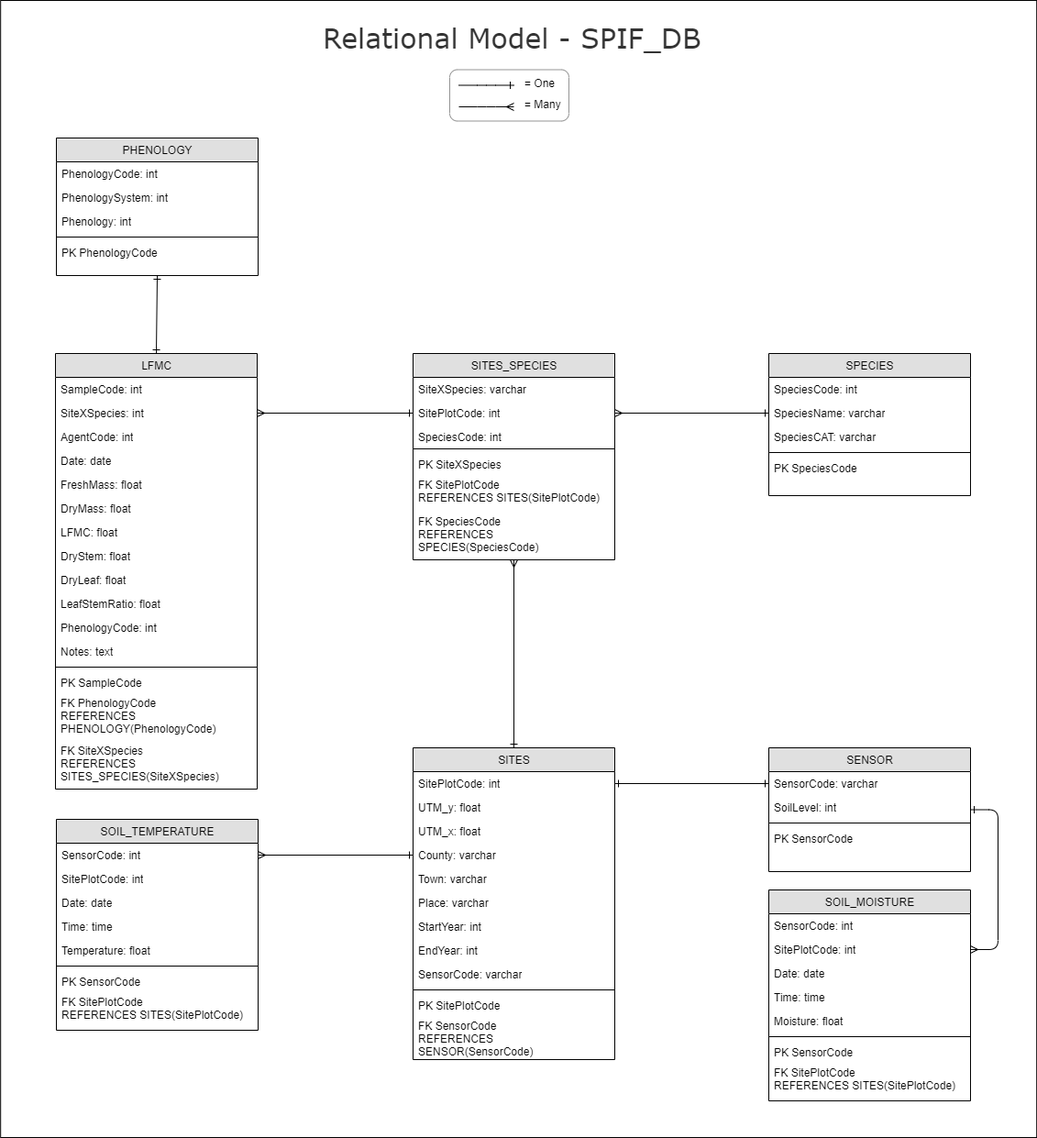
spif-ctfc/LFMC keeps this draw.io diagram as vignettes/SPIF_LogicalSchema.png. Above is the earlier version. Source tidied: cells renumbered, new cells last; positions are measured from the earlier drawing's top-left corner, leaving out a move shared by most shapes.
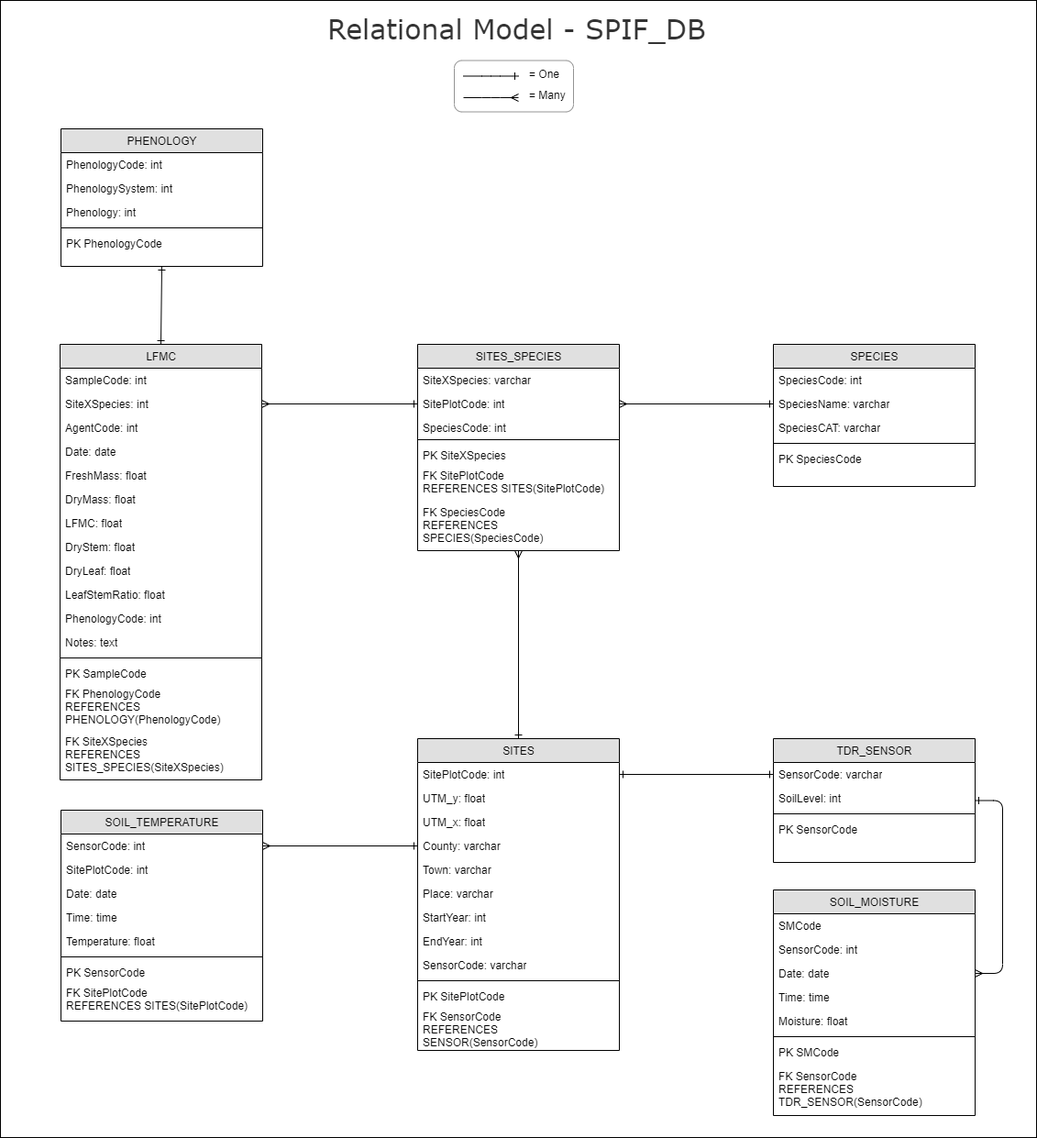
Later version of the same file.

Diff of the diagram source:
```diff
@@ -45,14 +45,14 @@
       <mxGeometry y="290" width="220" height="50" as="geometry" />
     </mxCell>
     <mxCell id="16" value="SOIL_MOISTURE" style="swimlane;html=1;fontStyle=0;horizontal=1;startSize=26;fillColor=#e0e0e0;swimlaneFillColor=#ffffff;align=center;" parent="1" vertex="1">
-      <mxGeometry x="838" y="970" width="220" height="230" as="geometry" />
+      <mxGeometry x="838" y="980" width="220" height="246" as="geometry" />
     </mxCell>
+    <mxCell id="89" value="SMCode" style="text;html=1;strokeColor=none;fillColor=none;align=left;verticalAlign=top;spacingLeft=4;spacingRight=4;whiteSpace=wrap;overflow=hidden;" parent="16" vertex="1">
+      <mxGeometry y="26" width="220" height="26" as="geometry" />
+    </mxCell>
     <mxCell id="17" value="SensorCode: int" style="text;html=1;strokeColor=none;fillColor=none;align=left;verticalAlign=top;spacingLeft=4;spacingRight=4;whiteSpace=wrap;overflow=hidden;" parent="16" vertex="1">
-      <mxGeometry y="26" width="220" height="26" as="geometry" />
+      <mxGeometry y="52" width="220" height="26" as="geometry" />
     </mxCell>
-    <mxCell id="18" value="SitePlotCode: int" style="text;html=1;strokeColor=none;fillColor=none;align=left;verticalAlign=top;spacingLeft=4;spacingRight=4;whiteSpace=wrap;overflow=hidden;points=[[0,0.5],[1,0.5]];portConstraint=eastwest;" parent="16" vertex="1">
-      <mxGeometry y="52" width="220" height="26" as="geometry" />
-    </mxCell>
     <mxCell id="19" value="Date: date" style="text;html=1;strokeColor=none;fillColor=none;align=left;verticalAlign=top;spacingLeft=4;spacingRight=4;whiteSpace=wrap;overflow=hidden;points=[[0,0.5],[1,0.5]];portConstraint=eastwest;" parent="16" vertex="1">
       <mxGeometry y="78" width="220" height="26" as="geometry" />
     </mxCell>
@@ -65,12 +65,12 @@
     <mxCell id="22" style="line;html=1;strokeWidth=1;fillColor=none;align=left;verticalAlign=middle;spacingTop=-1;spacingLeft=3;spacingRight=3;labelPosition=right;" parent="16" vertex="1">
       <mxGeometry y="156" width="220" height="8" as="geometry" />
     </mxCell>
-    <mxCell id="23" value="PK SensorCode" style="text;html=1;strokeColor=none;fillColor=none;spacingLeft=4;spacingRight=4;whiteSpace=wrap;overflow=hidden;" parent="16" vertex="1">
-      <mxGeometry y="164" width="220" height="22" as="geometry" />
+    <mxCell id="23" value="PK SMCode&amp;nbsp;" style="text;html=1;strokeColor=none;fillColor=none;spacingLeft=4;spacingRight=4;whiteSpace=wrap;overflow=hidden;" parent="16" vertex="1">
+      <mxGeometry y="164" width="220" height="26" as="geometry" />
     </mxCell>
-    <mxCell id="24" value="FK SitePlotCode&lt;br&gt;REFERENCES SITES(SitePlotCode)" style="text;html=1;strokeColor=none;fillColor=none;spacingLeft=4;spacingRight=4;whiteSpace=wrap;overflow=hidden;" parent="16" vertex="1">
-      <mxGeometry y="186" width="220" height="44" as="geometry" />
-    </mxCell>
+    <mxCell id="90" value="FK SensorCode&lt;br&gt;REFERENCES TDR_SENSOR(SensorCode)" style="text;html=1;strokeColor=none;fillColor=none;spacingLeft=4;spacingRight=4;whiteSpace=wrap;overflow=hidden;" parent="16" vertex="1">
+      <mxGeometry y="190" width="220" height="56" as="geometry" />
+    </mxCell>
     <mxCell id="25" style="html=1;endArrow=ERmany;startArrow=ERone;startFill=0;endFill=0;exitX=0;exitY=0.5;exitDx=0;exitDy=0;entryX=1;entryY=0.5;entryDx=0;entryDy=0;" parent="1" edge="1" source="7" target="27">
       <mxGeometry relative="1" as="geometry" />
     </mxCell>
@@ -225,7 +225,7 @@
       <mxGeometry x="490" y="75.5" width="130" height="56" as="geometry" />
     </mxCell>
     <mxCell id="74" style="rounded=0;whiteSpace=wrap;html=1;fillColor=none;" parent="1" vertex="1">
-      <mxGeometry x="0.2" width="1130" height="1240" as="geometry" />
+      <mxGeometry x="-5" y="10" width="1130" height="1240" as="geometry" />
     </mxCell>
     <mxCell id="75" style="html=1;endArrow=ERone;startArrow=ERone;startFill=0;endFill=0;entryX=0.5;entryY=0;entryDx=0;entryDy=0;exitX=0.5;exitY=1;exitDx=0;exitDy=0;" parent="1" edge="1" source="83" target="52">
       <mxGeometry relative="1" as="geometry" />
@@ -233,7 +233,7 @@
     <mxCell id="76" style="html=1;endArrow=ERone;startArrow=ERone;startFill=0;endFill=0;exitX=1;exitY=0.5;exitDx=0;exitDy=0;entryX=0;entryY=0.5;entryDx=0;entryDy=0;" parent="1" edge="1" source="4" target="78">
       <mxGeometry relative="1" as="geometry" />
     </mxCell>
-    <mxCell id="77" value="SENSOR" style="swimlane;html=1;fontStyle=0;horizontal=1;startSize=26;fillColor=#e0e0e0;swimlaneFillColor=#ffffff;align=center;" parent="1" vertex="1">
+    <mxCell id="77" value="TDR_SENSOR" style="swimlane;html=1;fontStyle=0;horizontal=1;startSize=26;fillColor=#e0e0e0;swimlaneFillColor=#ffffff;align=center;" parent="1" vertex="1">
       <mxGeometry x="838" y="815" width="220" height="135" as="geometry" />
     </mxCell>
     <mxCell id="78" value="SensorCode: varchar" style="text;html=1;strokeColor=none;fillColor=none;align=left;verticalAlign=top;spacingLeft=4;spacingRight=4;whiteSpace=wrap;overflow=hidden;points=[[0,0.5],[1,0.5]];portConstraint=eastwest;" parent="77" vertex="1">
@@ -248,7 +248,7 @@
     <mxCell id="81" value="PK SensorCode" style="text;html=1;strokeColor=none;fillColor=none;spacingLeft=4;spacingRight=4;whiteSpace=wrap;overflow=hidden;" parent="77" vertex="1">
       <mxGeometry y="86" width="220" height="22" as="geometry" />
     </mxCell>
-    <mxCell id="82" style="edgeStyle=entityRelationEdgeStyle;html=1;endArrow=ERmany;startArrow=ERone;startFill=0;endFill=0;" parent="1" edge="1" source="77" target="18">
+    <mxCell id="82" style="edgeStyle=entityRelationEdgeStyle;html=1;endArrow=ERmany;startArrow=ERone;startFill=0;endFill=0;" parent="1" edge="1" source="77" target="19">
       <mxGeometry relative="1" as="geometry" />
     </mxCell>
     <mxCell id="83" value="PHENOLOGY" style="swimlane;html=1;fontStyle=0;horizontal=1;startSize=26;fillColor=#e0e0e0;swimlaneFillColor=#ffffff;align=center;" parent="1" vertex="1">
```
